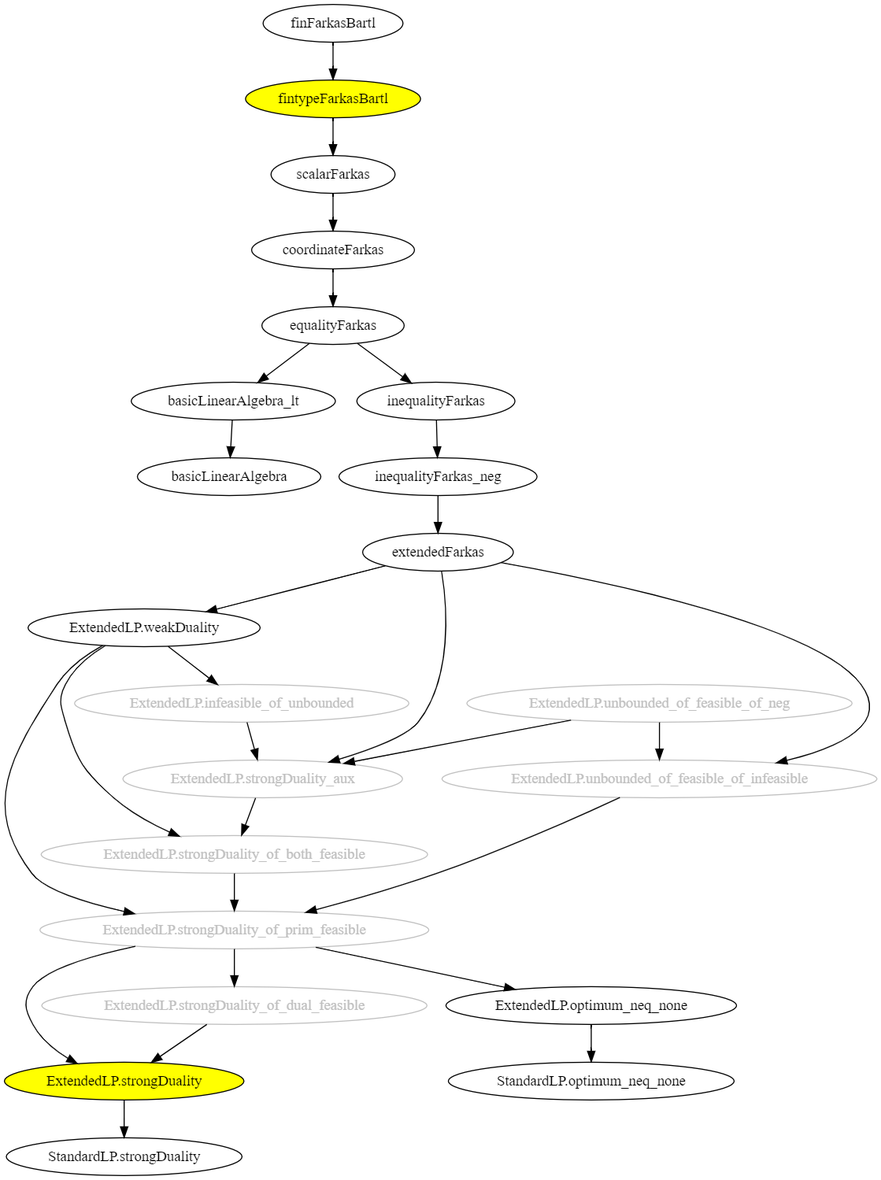
The Graphviz diagram nonLean/theorems.png in madvorak/duality, before a commit. Its source is kept beside it as nonLean/theorems.dot. Source of this version:
```dot
digraph G {

  finFarkasBartl -> fintypeFarkasBartl -> scalarFarkas -> coordinateFarkas -> equalityFarkas -> basicLinearAlgebra_lt -> basicLinearAlgebra

  equalityFarkas -> inequalityFarkas -> inequalityFarkas_neg -> extendedFarkas -> "ExtendedLP.weakDuality"

  "ExtendedLP.strongDuality_aux" -> "ExtendedLP.strongDuality_of_both_feasible" -> "ExtendedLP.strongDuality_of_prim_feasible"

  extendedFarkas -> "ExtendedLP.strongDuality_aux"

  extendedFarkas -> "ExtendedLP.unbounded_of_feasible_of_infeasible"

  "ExtendedLP.weakDuality" -> "ExtendedLP.infeasible_of_unbounded" -> "ExtendedLP.strongDuality_aux"

  "ExtendedLP.weakDuality" -> "ExtendedLP.strongDuality_of_both_feasible"

  "ExtendedLP.weakDuality" -> "ExtendedLP.strongDuality_of_prim_feasible" -> "ExtendedLP.strongDuality_of_dual_feasible" -> "ExtendedLP.strongDuality"

  "ExtendedLP.strongDuality_of_prim_feasible" -> "ExtendedLP.strongDuality" -> "StandardLP.strongDuality"

  "ExtendedLP.unbounded_of_feasible_of_infeasible" -> "ExtendedLP.strongDuality_of_prim_feasible" -> "ExtendedLP.optimum_neq_none" -> "StandardLP.optimum_neq_none"

  "ExtendedLP.unbounded_of_feasible_of_neg" -> "ExtendedLP.strongDuality_aux"

  "ExtendedLP.unbounded_of_feasible_of_neg" -> "ExtendedLP.unbounded_of_feasible_of_infeasible"

  "fintypeFarkasBartl" [style=filled, fillcolor=yellow]

  "ExtendedLP.strongDuality" [style=filled, fillcolor=yellow]

  "ExtendedLP.infeasible_of_unbounded" [color=grey, fontcolor=grey]

  "ExtendedLP.strongDuality_aux" [color=grey, fontcolor=grey]

  "ExtendedLP.strongDuality_of_both_feasible" [color=grey, fontcolor=grey]

  "ExtendedLP.strongDuality_of_prim_feasible" [color=grey, fontcolor=grey]

  "ExtendedLP.strongDuality_of_dual_feasible" [color=grey, fontcolor=grey]

  "ExtendedLP.unbounded_of_feasible_of_neg" [color=grey, fontcolor=grey]

  "ExtendedLP.unbounded_of_feasible_of_infeasible" [color=grey, fontcolor=grey]

}
```
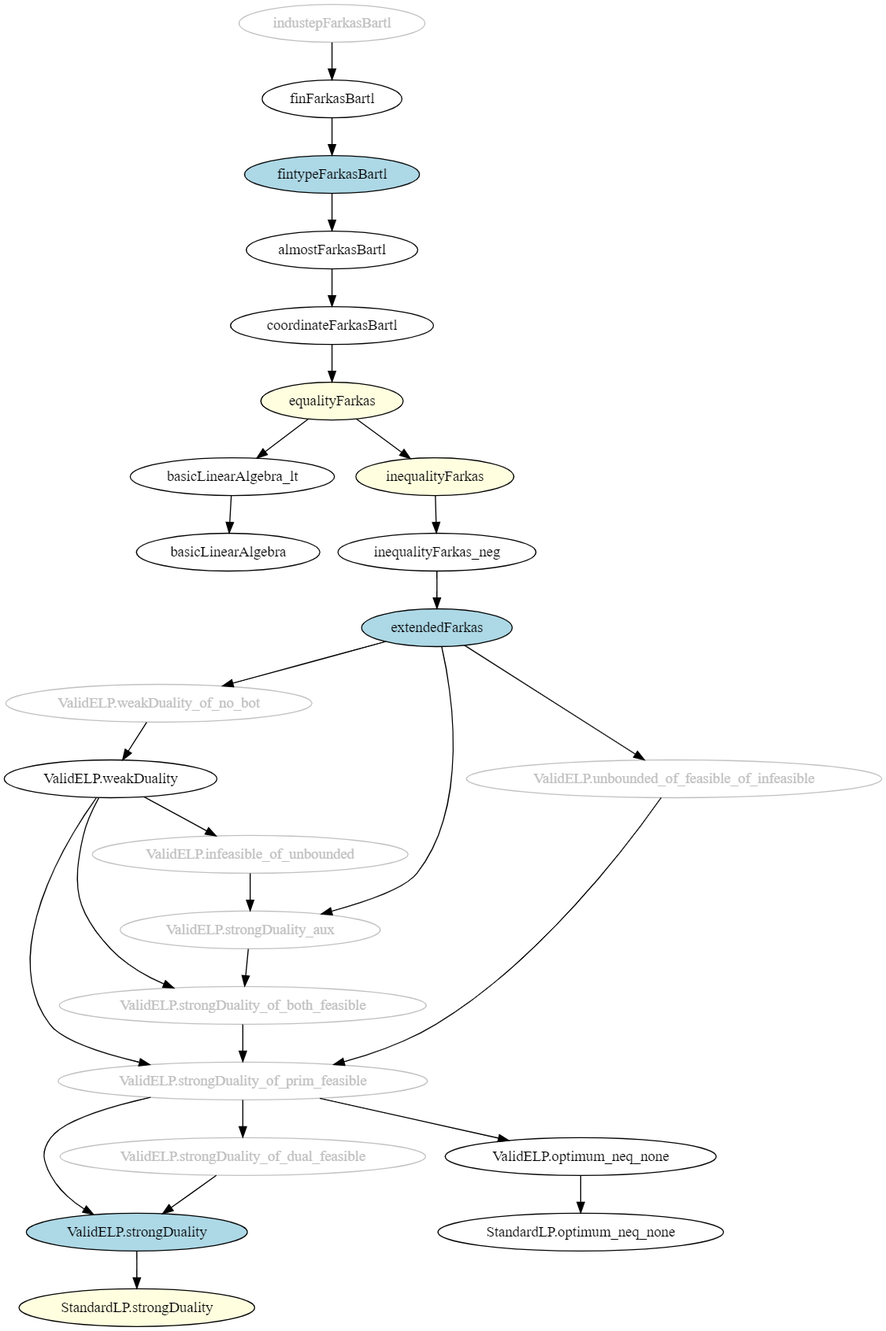
After the commit.

Change to the diagram source:
```diff
@@ -1,45 +1,54 @@
 digraph G {
 
-  finFarkasBartl -> fintypeFarkasBartl -> scalarFarkas -> coordinateFarkas -> equalityFarkas -> basicLinearAlgebra_lt -> basicLinearAlgebra
+  industepFarkasBartl -> finFarkasBartl -> fintypeFarkasBartl -> almostFarkasBartl -> coordinateFarkasBartl -> equalityFarkas -> basicLinearAlgebra_lt -> basicLinearAlgebra
 
-  equalityFarkas -> inequalityFarkas -> inequalityFarkas_neg -> extendedFarkas -> "ExtendedLP.weakDuality"
+  equalityFarkas -> inequalityFarkas -> inequalityFarkas_neg -> extendedFarkas -> "ValidELP.weakDuality_of_no_bot" -> "ValidELP.weakDuality"
 
-  "ExtendedLP.strongDuality_aux" -> "ExtendedLP.strongDuality_of_both_feasible" -> "ExtendedLP.strongDuality_of_prim_feasible"
+  "ValidELP.strongDuality_aux" -> "ValidELP.strongDuality_of_both_feasible" -> "ValidELP.strongDuality_of_prim_feasible"
 
-  extendedFarkas -> "ExtendedLP.strongDuality_aux"
+  extendedFarkas -> "ValidELP.unbounded_of_feasible_of_infeasible"
 
-  extendedFarkas -> "ExtendedLP.unbounded_of_feasible_of_infeasible"
+  extendedFarkas -> "ValidELP.strongDuality_aux"
 
-  "ExtendedLP.weakDuality" -> "ExtendedLP.infeasible_of_unbounded" -> "ExtendedLP.strongDuality_aux"
+  "ValidELP.weakDuality" -> "ValidELP.infeasible_of_unbounded" -> "ValidELP.strongDuality_aux"
 
-  "ExtendedLP.weakDuality" -> "ExtendedLP.strongDuality_of_both_feasible"
+  "ValidELP.weakDuality" -> "ValidELP.strongDuality_of_both_feasible"
 
-  "ExtendedLP.weakDuality" -> "ExtendedLP.strongDuality_of_prim_feasible" -> "ExtendedLP.strongDuality_of_dual_feasible" -> "ExtendedLP.strongDuality"
+  "ValidELP.weakDuality" -> "ValidELP.strongDuality_of_prim_feasible" -> "ValidELP.strongDuality_of_dual_feasible" -> "ValidELP.strongDuality"
 
-  "ExtendedLP.strongDuality_of_prim_feasible" -> "ExtendedLP.strongDuality" -> "StandardLP.strongDuality"
+  "ValidELP.strongDuality_of_prim_feasible" -> "ValidELP.strongDuality" -> "StandardLP.strongDuality"
 
-  "ExtendedLP.unbounded_of_feasible_of_infeasible" -> "ExtendedLP.strongDuality_of_prim_feasible" -> "ExtendedLP.optimum_neq_none" -> "StandardLP.optimum_neq_none"
+  "ValidELP.unbounded_of_feasible_of_infeasible" -> "ValidELP.strongDuality_of_prim_feasible" -> "ValidELP.optimum_neq_none" -> "StandardLP.optimum_neq_none"
 
-  "ExtendedLP.unbounded_of_feasible_of_neg" -> "ExtendedLP.strongDuality_aux"
 
-  "ExtendedLP.unbounded_of_feasible_of_neg" -> "ExtendedLP.unbounded_of_feasible_of_infeasible"
 
-  "fintypeFarkasBartl" [style=filled, fillcolor=yellow]
+  "fintypeFarkasBartl" [style=filled, fillcolor=lightblue]
 
-  "ExtendedLP.strongDuality" [style=filled, fillcolor=yellow]
+  "extendedFarkas" [style=filled, fillcolor=lightblue]
 
-  "ExtendedLP.infeasible_of_unbounded" [color=grey, fontcolor=grey]
+  "ValidELP.strongDuality" [style=filled, fillcolor=lightblue]
 
-  "ExtendedLP.strongDuality_aux" [color=grey, fontcolor=grey]
+  "equalityFarkas" [style=filled, fillcolor=lightyellow]
 
-  "ExtendedLP.strongDuality_of_both_feasible" [color=grey, fontcolor=grey]
+  "inequalityFarkas" [style=filled, fillcolor=lightyellow]
 
-  "ExtendedLP.strongDuality_of_prim_feasible" [color=grey, fontcolor=grey]
+  "StandardLP.strongDuality" [style=filled, fillcolor=lightyellow]
 
-  "ExtendedLP.strongDuality_of_dual_feasible" [color=grey, fontcolor=grey]
+  "ValidELP.infeasible_of_unbounded" [color=grey, fontcolor=grey]
 
-  "ExtendedLP.unbounded_of_feasible_of_neg" [color=grey, fontcolor=grey]
+  "ValidELP.strongDuality_aux" [color=grey, fontcolor=grey]
 
-  "ExtendedLP.unbounded_of_feasible_of_infeasible" [color=grey, fontcolor=grey]
+  "industepFarkasBartl" [color=grey, fontcolor=grey]
+
+  "ValidELP.weakDuality_of_no_bot" [color=grey, fontcolor=grey]
+
+  "ValidELP.strongDuality_of_both_feasible" [color=grey, fontcolor=grey]
+
+  "ValidELP.strongDuality_of_prim_feasible" [color=grey, fontcolor=grey]
+
+  "ValidELP.strongDuality_of_dual_feasible" [color=grey, fontcolor=grey]
+
+
+  "ValidELP.unbounded_of_feasible_of_infeasible" [color=grey, fontcolor=grey]
 
 }
```
